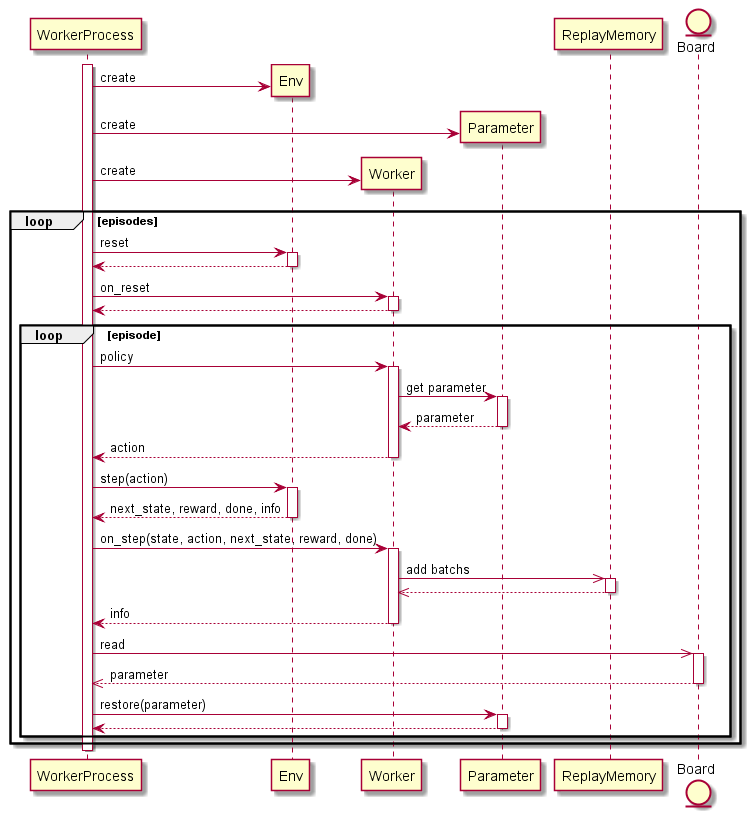
pocokhc/simple_distributed_rl keeps this PlantUML diagram as diagrams/runner_mp_flow_worker.png. Above is the earlier version.
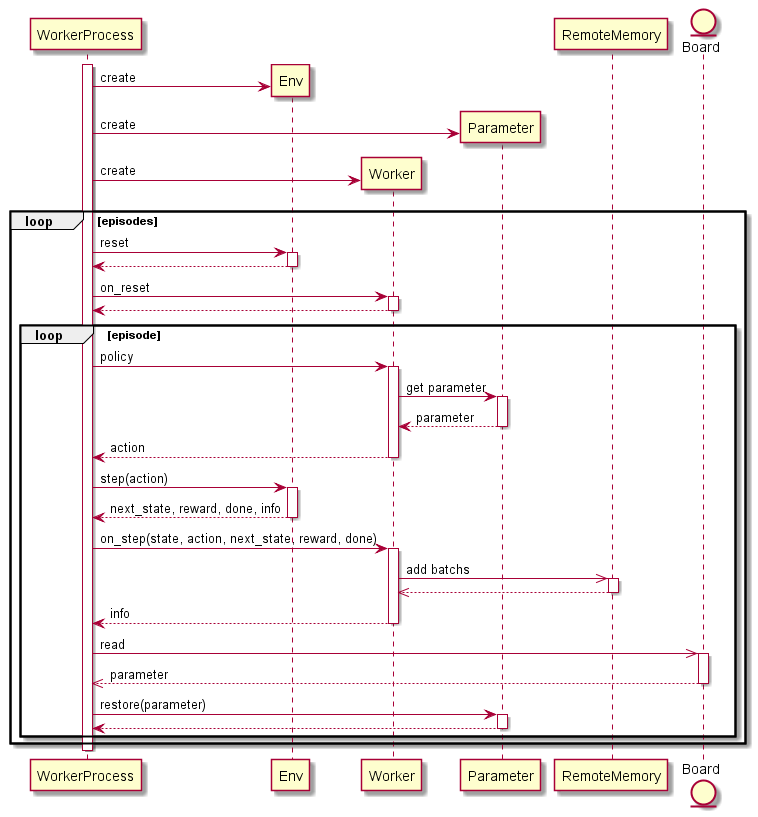
After the commit.

Change to the diagram source:
```diff
@@ -5,7 +5,7 @@
 participant Env
 participant Worker
 participant Parameter
-participant ReplayMemory
+participant RemoteMemory
 entity Board
 
 
@@ -28,7 +28,7 @@
         return next_state, reward, done, info
 
         WorkerProcess -> Worker: on_step(state, action, next_state, reward, done)
-            Worker ->> ReplayMemory: add batchs
+            Worker ->> RemoteMemory: add batchs
             return
         return info
 
```
